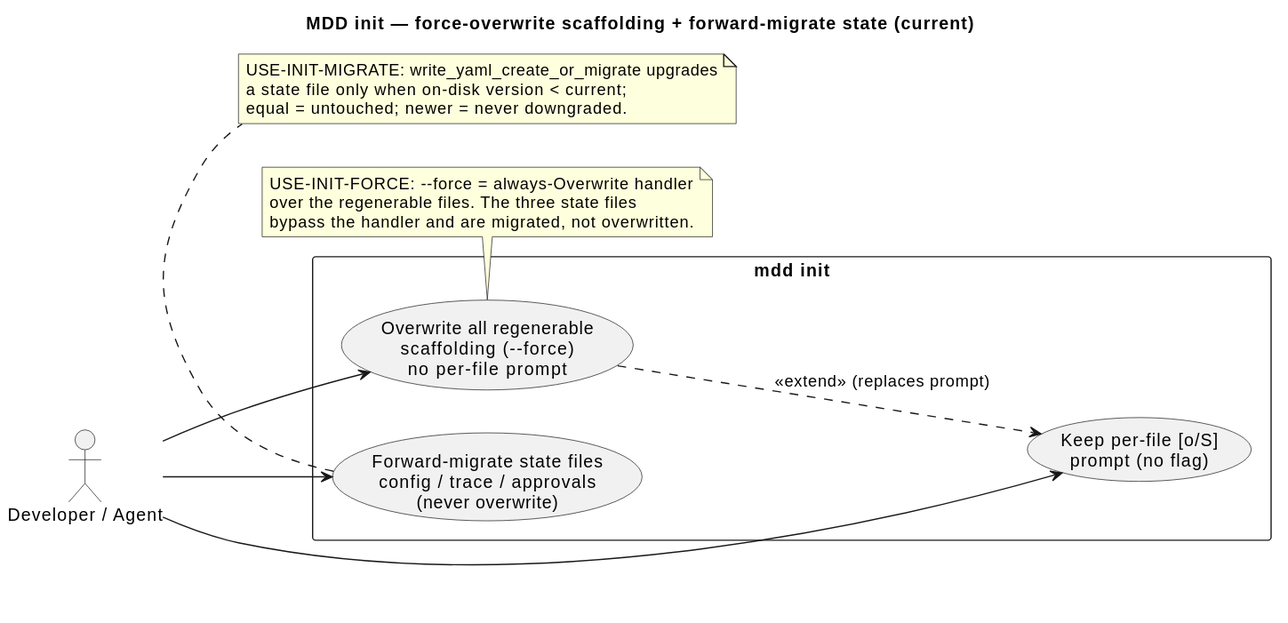
Above: .mdd/rendered/models/current/use-cases/init-scaffold.svg in cthadeufaria/model-driven-development (PlantUML), before the change.
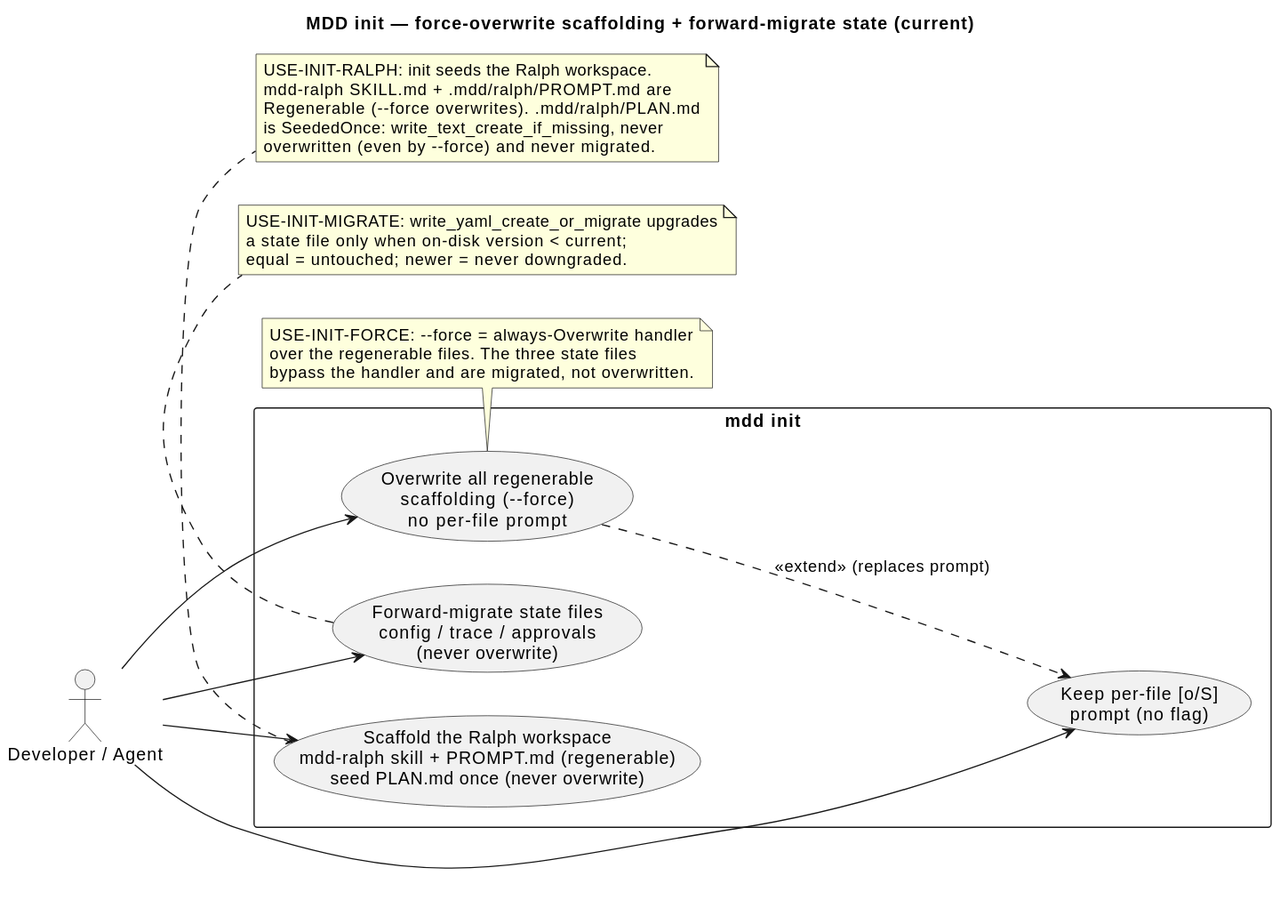
After the commit.

Diff of the diagram source:
```diff
@@ -9,11 +9,13 @@
   usecase "Overwrite all regenerable\nscaffolding (--force)\nno per-file prompt" as Force
   usecase "Keep per-file [o/S]\nprompt (no flag)" as Prompt
   usecase "Forward-migrate state files\nconfig / trace / approvals\n(never overwrite)" as Migrate
+  usecase "Scaffold the Ralph workspace\nmdd-ralph skill + PROMPT.md (regenerable)\nseed PLAN.md once (never overwrite)" as Ralph
 }
 
 Dev --> Force
 Dev --> Prompt
 Dev --> Migrate
+Dev --> Ralph
 
 Force ..> Prompt : <<extend>> (replaces prompt)
 
@@ -28,4 +30,12 @@
   a state file only when on-disk version < current;
   equal = untouched; newer = never downgraded.
 end note
+
+note bottom of Ralph
+  USE-INIT-RALPH: init seeds the Ralph workspace.
+  mdd-ralph SKILL.md + .mdd/ralph/PROMPT.md are
+  Regenerable (--force overwrites). .mdd/ralph/PLAN.md
+  is SeededOnce: write_text_create_if_missing, never
+  overwritten (even by --force) and never migrated.
+end note
 @enduml
```
